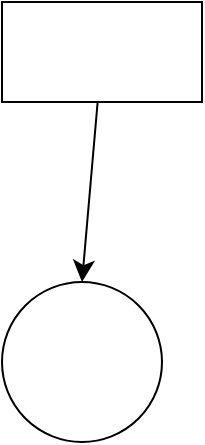
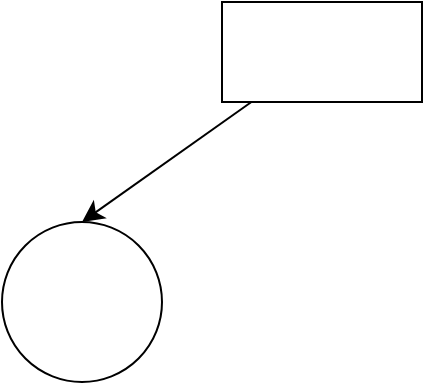
<mxfile host="app.diagrams.net" agent="Mozilla/5.0 (Linux; Android 10; K) AppleWebKit/537.36 (KHTML, like Gecko) Chrome/135.0.0.0 Mobile Safari/537.36">
  <diagram name="第 1 页" id="pEAox57lCfPmczEiAxKE">
-     <mxGraphModel dx="216" dy="374" grid="1" gridSize="10" guides="1" tooltips="1" connect="1" arrows="1" fold="1" page="1" pageScale="1" pageWidth="827" pageHeight="1169" math="0" shadow="0">
+     <mxGraphModel dx="324" dy="561" grid="1" gridSize="10" guides="1" tooltips="1" connect="1" arrows="1" fold="1" page="1" pageScale="1" pageWidth="827" pageHeight="1169" math="0" shadow="0">
      <root>
        <mxCell id="0" />
        <mxCell id="1" parent="0" />
        <mxCell id="8ibmsg1ke8ZTpoNWk6o7-3" edge="1" parent="1" source="8ibmsg1ke8ZTpoNWk6o7-1" style="edgeStyle=none;curved=1;rounded=0;orthogonalLoop=1;jettySize=auto;html=1;fontSize=12;startSize=8;endSize=8;entryX=0.5;entryY=0;entryDx=0;entryDy=0;entryPerimeter=0;" target="8ibmsg1ke8ZTpoNWk6o7-2" value="">
          <mxGeometry relative="1" as="geometry" />
        </mxCell>
        <mxCell id="8ibmsg1ke8ZTpoNWk6o7-1" parent="1" style="whiteSpace=wrap;html=1;" value="" vertex="1">
-           <mxGeometry height="50" width="100" x="150" y="220" as="geometry" />
+           <mxGeometry height="50" width="100" x="170" y="200" as="geometry" />
        </mxCell>
        <mxCell id="8ibmsg1ke8ZTpoNWk6o7-2" parent="1" style="ellipse;whiteSpace=wrap;html=1;" value="" vertex="1">
-           <mxGeometry height="80" width="80" x="150" y="360" as="geometry" />
+           <mxGeometry height="80" width="80" x="60" y="310" as="geometry" />
        </mxCell>
      </root>
    </mxGraphModel>
  </diagram>
</mxfile>
